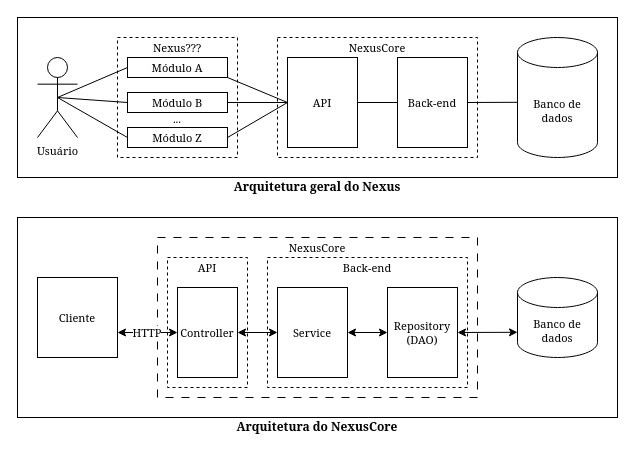
Above: page "arquiteturas" (2 of 3) of docs/diagramas.drawio in therapies-love-kids/nexus (draw.io), before the change. Source tidied: cells renumbered, new cells numbered last; positions are measured from the earlier drawing's top-left corner, leaving out a move shared by most shapes. Both pictures are drawn from the tidied source at 100%, with x=0, y=0 at pixel (17, 17).
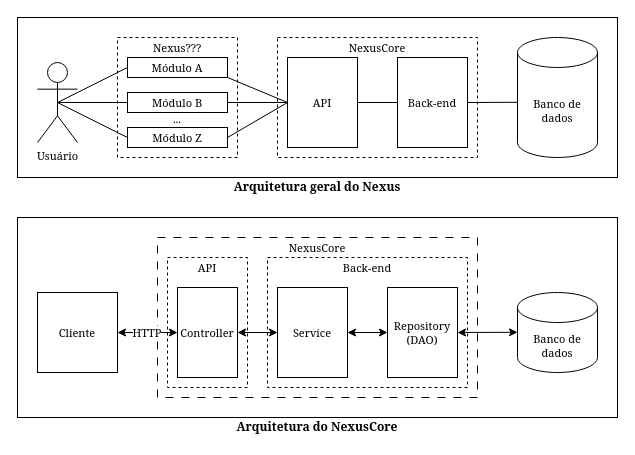
Above is the later version.

The change refers to these unchanged cells:
```xml
<mxCell id="17" value="Módulo B" style="rounded=0;whiteSpace=wrap;html=1;fontFamily=Georgia;labelBorderColor=none;fontSize=11;" parent="1" vertex="1">
  <mxGeometry x="110" y="75" width="100" height="20" as="geometry" />
</mxCell>
```

What changed in the source:
```diff
@@
     <mxCell id="12" value="Banco de dados" style="shape=cylinder3;whiteSpace=wrap;html=1;boundedLbl=1;backgroundOutline=1;size=15;fontFamily=Georgia;labelBorderColor=none;fontSize=11;" parent="1" vertex="1">
-      <mxGeometry x="500" y="260" width="80" height="80" as="geometry" />
+      <mxGeometry x="500" y="275" width="80" height="80" as="geometry" />
     </mxCell>
     <mxCell id="13" value="&lt;div&gt;Usuário&lt;/div&gt;" style="shape=umlActor;verticalLabelPosition=bottom;verticalAlign=top;html=1;outlineConnect=0;fontFamily=Georgia;labelBorderColor=none;fontSize=11;" parent="1" vertex="1">
-      <mxGeometry x="20" y="40" width="40" height="80" as="geometry" />
+      <mxGeometry x="20" y="45" width="40" height="80" as="geometry" />
     </mxCell>
@@
-    <mxCell id="21" style="endArrow=none;html=1;rounded=0;exitX=0;exitY=0.5;exitDx=0;exitDy=0;fontFamily=Georgia;labelBorderColor=none;fontSize=11;" parent="1" edge="1" source="17">
-      <mxGeometry relative="1" as="geometry">
-        <mxPoint x="40" y="80" as="targetPoint" />
-      </mxGeometry>
+    <mxCell id="21" style="endArrow=none;html=1;rounded=0;exitX=0;exitY=0.5;exitDx=0;exitDy=0;fontFamily=Georgia;labelBorderColor=none;fontSize=11;entryX=0.5;entryY=0.5;entryDx=0;entryDy=0;entryPerimeter=0;" parent="1" edge="1" source="17" target="13">
+      <mxGeometry relative="1" as="geometry" />
     </mxCell>
@@
     <mxCell id="38" value="Cliente" style="rounded=0;whiteSpace=wrap;html=1;fontFamily=Georgia;labelBorderColor=none;fontSize=11;" parent="1" vertex="1">
-      <mxGeometry x="20" y="260" width="80" height="80" as="geometry" />
+      <mxGeometry x="20" y="275" width="80" height="80" as="geometry" />
     </mxCell>
```
